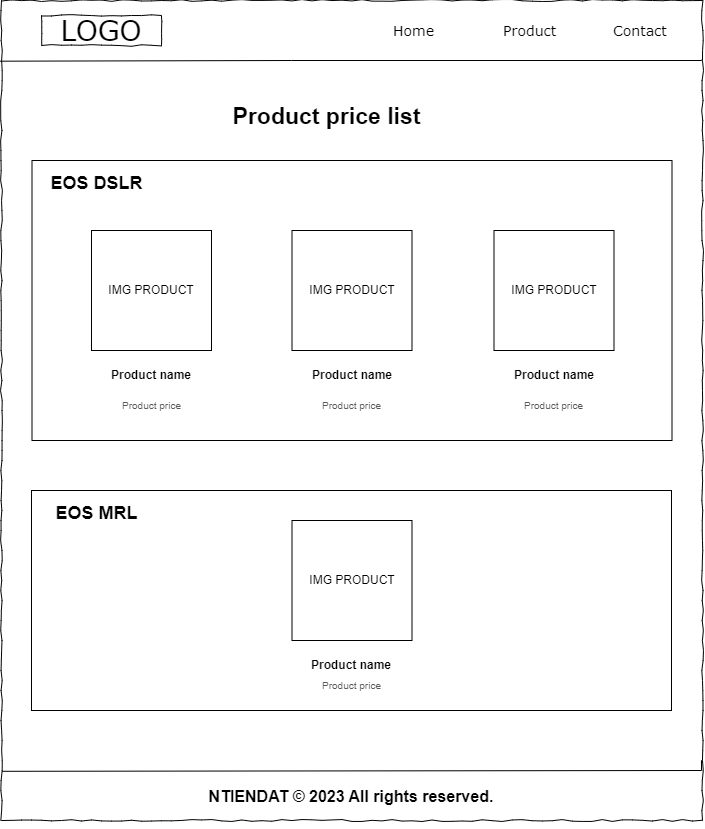
The draw.io diagram buoi2/images_drawio/product(ipad).png in datntph39907/web106_datnt, before a commit. Source tidied: cells renumbered, new cells last; positions are measured from the earlier drawing's top-left corner, leaving out a move shared by most shapes. Source of this version:
```xml
<mxGraphModel background="#ffffff">
  <root>
    <mxCell id="0" />
    <mxCell id="1" parent="0" />
    <mxCell id="2" style="whiteSpace=wrap;html=1;rounded=0;shadow=0;labelBackgroundColor=none;strokeColor=#000000;strokeWidth=1;fillColor=none;fontFamily=Verdana;fontSize=12;fontColor=#000000;align=center;comic=1;" parent="1" vertex="1">
      <mxGeometry width="701" height="820" as="geometry" />
    </mxCell>
    <mxCell id="3" value="LOGO" style="whiteSpace=wrap;html=1;rounded=0;shadow=0;labelBackgroundColor=none;strokeWidth=1;fontFamily=Verdana;fontSize=28;align=center;comic=1;" parent="1" vertex="1">
      <mxGeometry x="40" y="15" width="120" height="30" as="geometry" />
    </mxCell>
    <mxCell id="4" value="Home" style="text;html=1;align=left;verticalAlign=top;spacingTop=-4;fontSize=14;fontFamily=Verdana;" parent="1" vertex="1">
      <mxGeometry x="390" y="20" width="60" height="20" as="geometry" />
    </mxCell>
    <mxCell id="5" value="Product" style="text;html=1;align=left;verticalAlign=top;spacingTop=-4;fontSize=14;fontFamily=Verdana;" parent="1" vertex="1">
      <mxGeometry x="500" y="20" width="60" height="20" as="geometry" />
    </mxCell>
    <mxCell id="6" value="Contact" style="text;html=1;align=left;verticalAlign=top;spacingTop=-4;fontSize=14;fontFamily=Verdana;" parent="1" vertex="1">
      <mxGeometry x="610" y="20" width="60" height="30" as="geometry" />
    </mxCell>
    <mxCell id="7" style="endArrow=none;html=1;rounded=0;exitX=-0.002;exitY=0.074;exitDx=0;exitDy=0;exitPerimeter=0;" parent="1" edge="1" source="2" target="2">
      <mxGeometry relative="1" as="geometry">
        <Array as="points">
          <mxPoint x="290" y="60" />
          <mxPoint x="700" y="60" />
        </Array>
      </mxGeometry>
    </mxCell>
    <mxCell id="8" style="edgeStyle=orthogonalEdgeStyle;rounded=0;orthogonalLoop=1;jettySize=auto;html=1;exitX=0.5;exitY=1;exitDx=0;exitDy=0;" parent="1" edge="1" source="2" target="2">
      <mxGeometry relative="1" as="geometry" />
    </mxCell>
    <mxCell id="9" value="NTIENDAT © 2023 All rights reserved." style="text;strokeColor=none;align=center;fillColor=none;html=1;verticalAlign=top;whiteSpace=wrap;rounded=0;fontSize=16;fontStyle=1;" parent="1" vertex="1">
      <mxGeometry x="155" y="780" width="390" height="30" as="geometry" />
    </mxCell>
    <mxCell id="10" style="endArrow=none;html=1;rounded=0;entryX=0.001;entryY=0.94;entryDx=0;entryDy=0;entryPerimeter=0;" parent="1" edge="1" source="2" target="2">
      <mxGeometry relative="1" as="geometry">
        <Array as="points">
          <mxPoint x="700" y="760" />
          <mxPoint x="700" y="770" />
        </Array>
      </mxGeometry>
    </mxCell>
    <mxCell id="11" style="edgeStyle=orthogonalEdgeStyle;rounded=0;orthogonalLoop=1;jettySize=auto;html=1;exitX=0.5;exitY=1;exitDx=0;exitDy=0;" parent="1" edge="1">
      <mxGeometry relative="1" as="geometry">
        <mxPoint x="185" y="580" as="sourcePoint" />
        <mxPoint x="185" y="580" as="targetPoint" />
      </mxGeometry>
    </mxCell>
    <mxCell id="12" value="Product price list" style="text;html=1;align=center;verticalAlign=top;spacingTop=-4;fontSize=23;fontFamily=Helvetica;fontStyle=1;" parent="1" vertex="1">
      <mxGeometry x="170" y="100" width="310" height="40" as="geometry" />
    </mxCell>
    <mxCell id="13" style="rounded=0;whiteSpace=wrap;html=1;" parent="1" vertex="1">
      <mxGeometry x="30.5" y="160" width="640" height="280" as="geometry" />
    </mxCell>
    <mxCell id="14" value="EOS DSLR" style="text;html=1;align=center;verticalAlign=top;spacingTop=-4;fontSize=18;fontFamily=Helvetica;fontStyle=1;" parent="1" vertex="1">
      <mxGeometry x="30" y="170" width="130" height="30" as="geometry" />
    </mxCell>
    <mxCell id="15" value="Product price" style="text;strokeColor=none;align=center;fillColor=none;html=1;verticalAlign=middle;whiteSpace=wrap;rounded=0;fontSize=10;fontColor=#575757;" parent="1" vertex="1">
      <mxGeometry x="500" y="390" width="105" height="30" as="geometry" />
    </mxCell>
    <mxCell id="16" value="Product price" style="text;strokeColor=none;align=center;fillColor=none;html=1;verticalAlign=middle;whiteSpace=wrap;rounded=0;fontSize=10;fontColor=#575757;" parent="1" vertex="1">
      <mxGeometry x="298" y="390" width="105" height="30" as="geometry" />
    </mxCell>
    <mxCell id="17" value="Product price" style="text;strokeColor=none;align=center;fillColor=none;html=1;verticalAlign=middle;whiteSpace=wrap;rounded=0;fontSize=10;fontColor=#575757;" parent="1" vertex="1">
      <mxGeometry x="97.5" y="390" width="105" height="30" as="geometry" />
    </mxCell>
    <mxCell id="18" value="IMG PRODUCT" style="whiteSpace=wrap;html=1;" parent="1" vertex="1">
      <mxGeometry x="90" y="230" width="120" height="120" as="geometry" />
    </mxCell>
    <mxCell id="19" value="Product name" style="text;strokeColor=none;align=center;fillColor=none;html=1;verticalAlign=middle;whiteSpace=wrap;rounded=0;fontStyle=1;" parent="1" vertex="1">
      <mxGeometry x="85" y="360" width="130" height="30" as="geometry" />
    </mxCell>
    <mxCell id="20" value="IMG PRODUCT" style="whiteSpace=wrap;html=1;" parent="1" vertex="1">
      <mxGeometry x="492.5" y="230" width="120" height="120" as="geometry" />
    </mxCell>
    <mxCell id="21" value="IMG PRODUCT" style="whiteSpace=wrap;html=1;" parent="1" vertex="1">
      <mxGeometry x="290.5" y="230" width="120" height="120" as="geometry" />
    </mxCell>
    <mxCell id="22" value="Product name" style="text;strokeColor=none;align=center;fillColor=none;html=1;verticalAlign=middle;whiteSpace=wrap;rounded=0;fontStyle=1;" parent="1" vertex="1">
      <mxGeometry x="285.5" y="360" width="130" height="30" as="geometry" />
    </mxCell>
    <mxCell id="23" value="Product name" style="text;strokeColor=none;align=center;fillColor=none;html=1;verticalAlign=middle;whiteSpace=wrap;rounded=0;fontStyle=1;" parent="1" vertex="1">
      <mxGeometry x="487.5" y="360" width="130" height="30" as="geometry" />
    </mxCell>
    <mxCell id="24" style="rounded=0;whiteSpace=wrap;html=1;" parent="1" vertex="1">
      <mxGeometry x="30" y="490" width="640" height="220" as="geometry" />
    </mxCell>
    <mxCell id="25" value="EOS MRL" style="text;html=1;align=center;verticalAlign=top;spacingTop=-4;fontSize=18;fontFamily=Helvetica;fontStyle=1;" parent="1" vertex="1">
      <mxGeometry x="30" y="500" width="130" height="30" as="geometry" />
    </mxCell>
    <mxCell id="26" value="Product name" style="text;strokeColor=none;align=center;fillColor=none;html=1;verticalAlign=middle;whiteSpace=wrap;rounded=0;fontStyle=1;" parent="1" vertex="1">
      <mxGeometry x="285" y="650" width="130" height="30" as="geometry" />
    </mxCell>
    <mxCell id="27" value="Product price" style="text;strokeColor=none;align=center;fillColor=none;html=1;verticalAlign=middle;whiteSpace=wrap;rounded=0;fontSize=10;fontColor=#575757;" parent="1" vertex="1">
      <mxGeometry x="298" y="670" width="105" height="30" as="geometry" />
    </mxCell>
    <mxCell id="28" value="IMG PRODUCT" style="whiteSpace=wrap;html=1;" parent="1" vertex="1">
      <mxGeometry x="290.5" y="520" width="120" height="120" as="geometry" />
    </mxCell>
  </root>
</mxGraphModel>
```
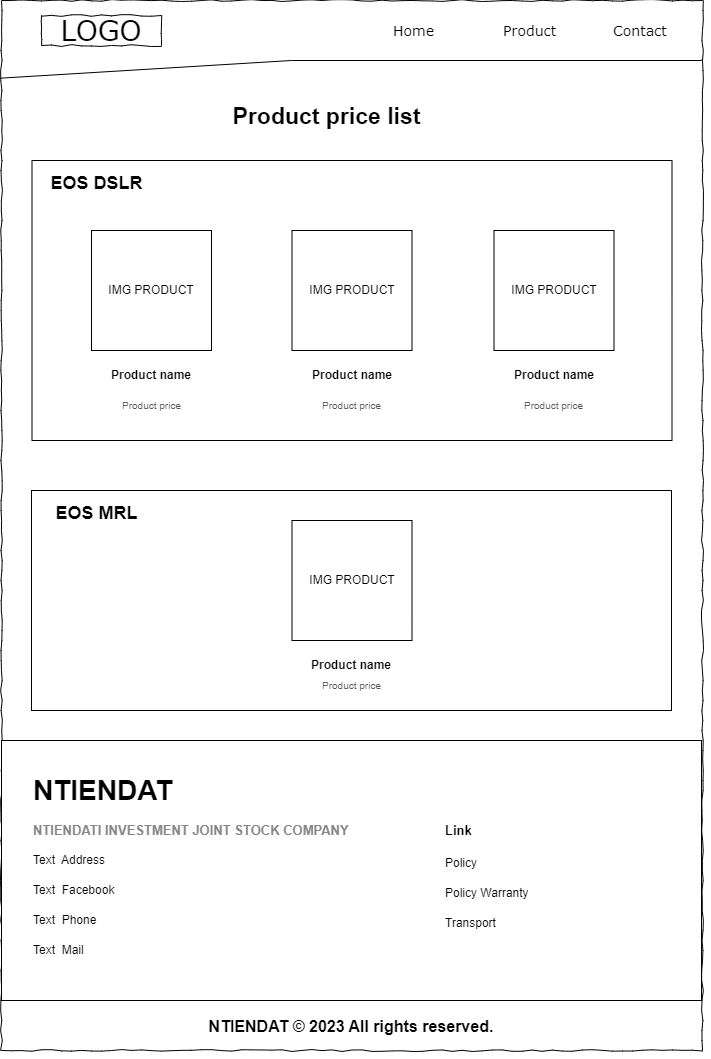
Above is the later version.

What changed in the source:
```diff
@@ -3,7 +3,7 @@
     <mxCell id="0" />
     <mxCell id="1" parent="0" />
     <mxCell id="2" style="whiteSpace=wrap;html=1;rounded=0;shadow=0;labelBackgroundColor=none;strokeColor=#000000;strokeWidth=1;fillColor=none;fontFamily=Verdana;fontSize=12;fontColor=#000000;align=center;comic=1;" parent="1" vertex="1">
-      <mxGeometry width="701" height="820" as="geometry" />
+      <mxGeometry width="701" height="1050" as="geometry" />
     </mxCell>
     <mxCell id="3" value="LOGO" style="whiteSpace=wrap;html=1;rounded=0;shadow=0;labelBackgroundColor=none;strokeWidth=1;fontFamily=Verdana;fontSize=28;align=center;comic=1;" parent="1" vertex="1">
       <mxGeometry x="40" y="15" width="120" height="30" as="geometry" />
@@ -29,16 +29,8 @@
       <mxGeometry relative="1" as="geometry" />
     </mxCell>
     <mxCell id="9" value="NTIENDAT © 2023 All rights reserved." style="text;strokeColor=none;align=center;fillColor=none;html=1;verticalAlign=top;whiteSpace=wrap;rounded=0;fontSize=16;fontStyle=1;" parent="1" vertex="1">
-      <mxGeometry x="155" y="780" width="390" height="30" as="geometry" />
+      <mxGeometry x="155" y="1010" width="390" height="40" as="geometry" />
     </mxCell>
-    <mxCell id="10" style="endArrow=none;html=1;rounded=0;entryX=0.001;entryY=0.94;entryDx=0;entryDy=0;entryPerimeter=0;" parent="1" edge="1" source="2" target="2">
-      <mxGeometry relative="1" as="geometry">
-        <Array as="points">
-          <mxPoint x="700" y="760" />
-          <mxPoint x="700" y="770" />
-        </Array>
-      </mxGeometry>
-    </mxCell>
     <mxCell id="11" style="edgeStyle=orthogonalEdgeStyle;rounded=0;orthogonalLoop=1;jettySize=auto;html=1;exitX=0.5;exitY=1;exitDx=0;exitDy=0;" parent="1" edge="1">
       <mxGeometry relative="1" as="geometry">
         <mxPoint x="185" y="580" as="sourcePoint" />
@@ -96,5 +88,38 @@
     <mxCell id="28" value="IMG PRODUCT" style="whiteSpace=wrap;html=1;" parent="1" vertex="1">
       <mxGeometry x="290.5" y="520" width="120" height="120" as="geometry" />
     </mxCell>
+    <mxCell id="29" style="rounded=0;whiteSpace=wrap;html=1;fontColor=#6e6e6e;" parent="1" vertex="1">
+      <mxGeometry y="740" width="700" height="260" as="geometry" />
+    </mxCell>
+    <mxCell id="30" value="NTIENDAT" style="text;strokeColor=none;align=left;fillColor=none;html=1;verticalAlign=middle;whiteSpace=wrap;rounded=0;fontSize=28;fontStyle=1;" parent="1" vertex="1">
+      <mxGeometry x="30" y="775" width="130" height="30" as="geometry" />
+    </mxCell>
+    <mxCell id="31" value="NTIENDATI INVESTMENT JOINT STOCK COMPANY" style="text;strokeColor=none;align=left;fillColor=none;html=1;verticalAlign=middle;whiteSpace=wrap;rounded=0;fontSize=13;fontColor=#878787;fontStyle=1;" parent="1" vertex="1">
+      <mxGeometry x="30" y="815" width="400" height="30" as="geometry" />
+    </mxCell>
+    <mxCell id="32" value="Text&amp;nbsp;&amp;nbsp;Address" style="text;strokeColor=none;align=left;fillColor=none;html=1;verticalAlign=middle;whiteSpace=wrap;rounded=0;" parent="1" vertex="1">
+      <mxGeometry x="30" y="845" width="190" height="30" as="geometry" />
+    </mxCell>
+    <mxCell id="33" value="Text&amp;nbsp;&amp;nbsp;Facebook" style="text;strokeColor=none;align=left;fillColor=none;html=1;verticalAlign=middle;whiteSpace=wrap;rounded=0;" parent="1" vertex="1">
+      <mxGeometry x="30" y="875" width="190" height="30" as="geometry" />
+    </mxCell>
+    <mxCell id="34" value="Text&amp;nbsp; Phone" style="text;strokeColor=none;align=left;fillColor=none;html=1;verticalAlign=middle;whiteSpace=wrap;rounded=0;" parent="1" vertex="1">
+      <mxGeometry x="30" y="905" width="190" height="30" as="geometry" />
+    </mxCell>
+    <mxCell id="35" value="Text&amp;nbsp; Mail" style="text;strokeColor=none;align=left;fillColor=none;html=1;verticalAlign=middle;whiteSpace=wrap;rounded=0;" parent="1" vertex="1">
+      <mxGeometry x="30" y="935" width="190" height="30" as="geometry" />
+    </mxCell>
+    <mxCell id="36" value="Link" style="text;strokeColor=none;align=left;fillColor=none;html=1;verticalAlign=middle;whiteSpace=wrap;rounded=0;fontSize=13;fontColor=#000000;fontStyle=1;" parent="1" vertex="1">
+      <mxGeometry x="442" y="815" width="266" height="30" as="geometry" />
+    </mxCell>
+    <mxCell id="37" value="Transport" style="text;strokeColor=none;align=left;fillColor=none;html=1;verticalAlign=middle;whiteSpace=wrap;rounded=0;" parent="1" vertex="1">
+      <mxGeometry x="442" y="908" width="190" height="30" as="geometry" />
+    </mxCell>
+    <mxCell id="38" value="Policy Warranty" style="text;strokeColor=none;align=left;fillColor=none;html=1;verticalAlign=middle;whiteSpace=wrap;rounded=0;" parent="1" vertex="1">
+      <mxGeometry x="442" y="878" width="190" height="30" as="geometry" />
+    </mxCell>
+    <mxCell id="39" value="Policy" style="text;strokeColor=none;align=left;fillColor=none;html=1;verticalAlign=middle;whiteSpace=wrap;rounded=0;" parent="1" vertex="1">
+      <mxGeometry x="442" y="848" width="190" height="30" as="geometry" />
+    </mxCell>
   </root>
 </mxGraphModel>
```
